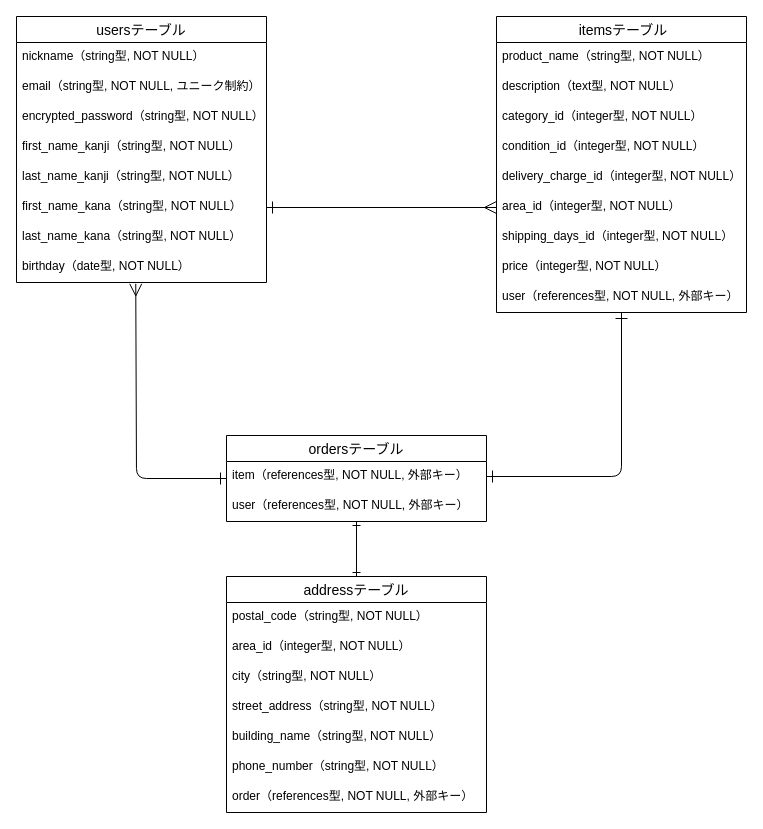
This is test.dio from Tanaka925/furima-40189, a draw.io file, before an edit. Source tidied: cells renumbered, new cells numbered last; positions are measured from the earlier drawing's top-left corner, leaving out a move shared by most shapes. Both pictures are drawn from the tidied source at 100%, with x=0, y=0 at pixel (16, 16).
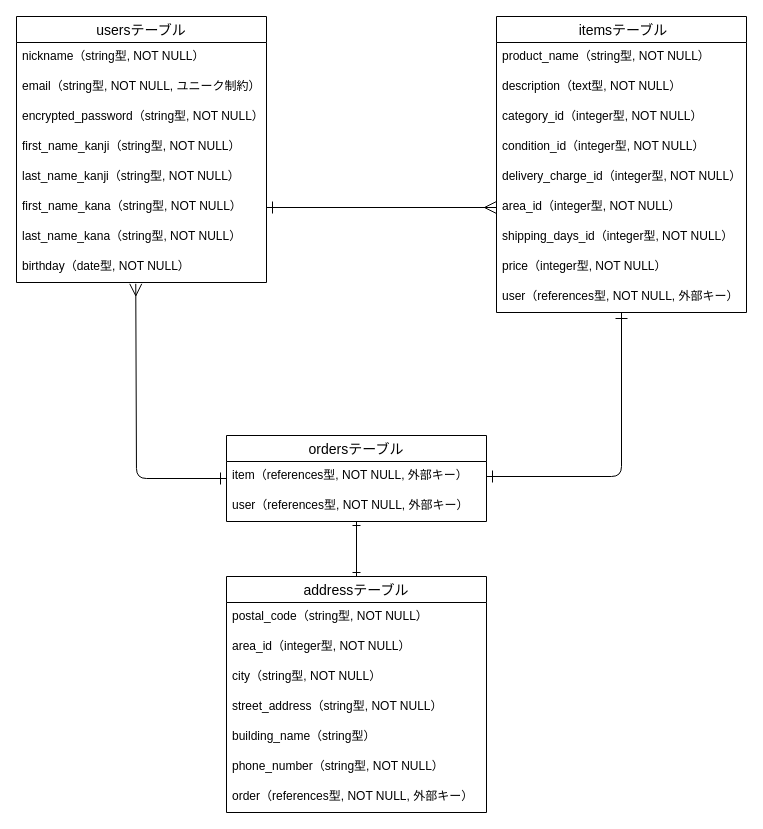
Above is the later version.

The change refers to these unchanged cells:
```xml
<mxCell id="22" value="addressテーブル" style="swimlane;fontStyle=0;horizontal=1;startSize=26;align=center;fontSize=14;" parent="1" vertex="1">
  <mxGeometry x="210" y="560" width="260" height="236" as="geometry" />
</mxCell>
```

What changed in the source:
```diff
@@
-    <mxCell id="27" value="building_name（string型, NOT NULL）" style="text;strokeColor=none;fillColor=none;spacingLeft=4;spacingRight=4;overflow=hidden;fontSize=12;" parent="22" vertex="1">
+    <mxCell id="27" value="building_name（string型）" style="text;strokeColor=none;fillColor=none;spacingLeft=4;spacingRight=4;overflow=hidden;fontSize=12;" parent="22" vertex="1">
       <mxGeometry y="146" width="260" height="30" as="geometry" />
     </mxCell>
```
